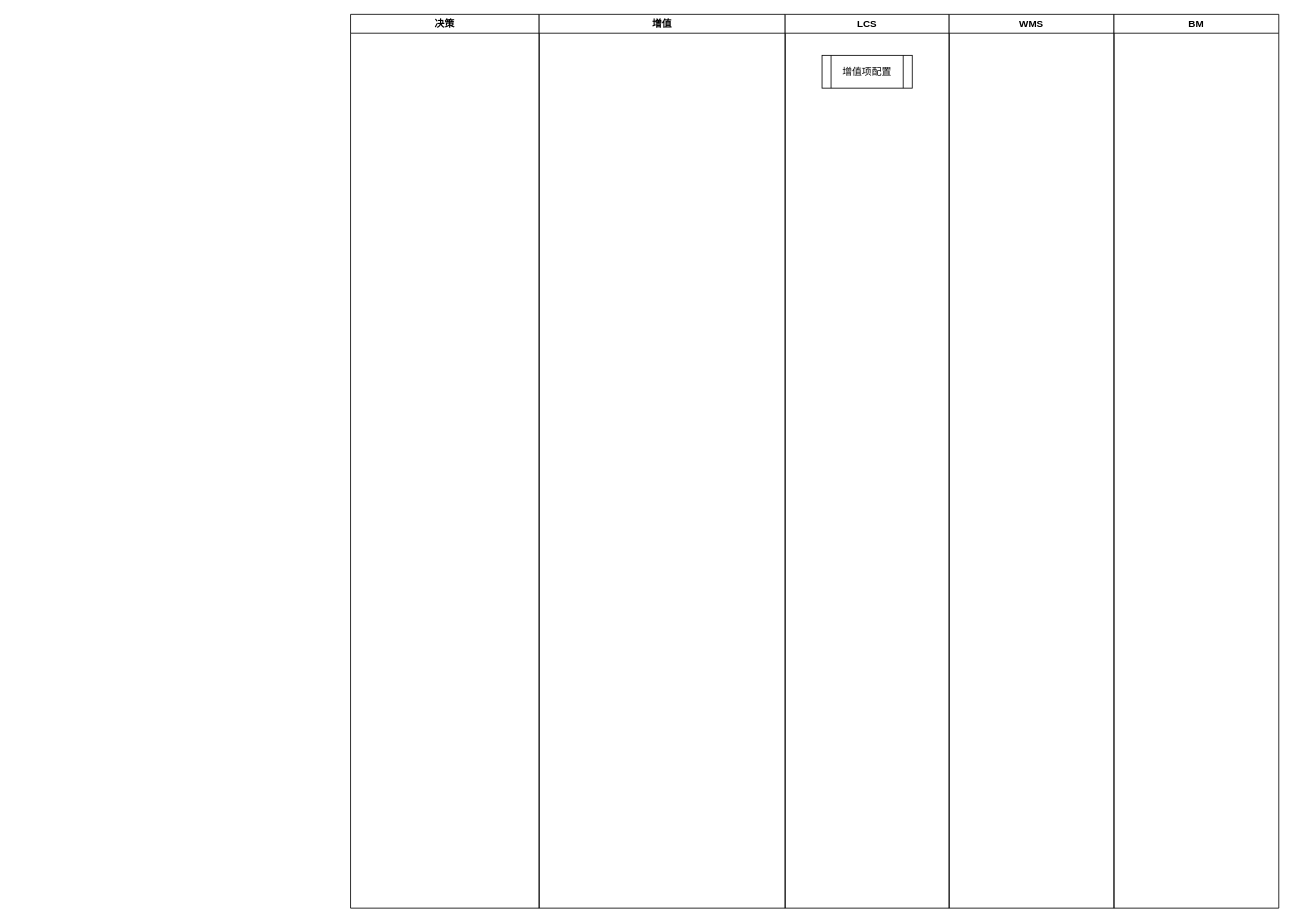
This is page "增值费用线上化" (8 of 14) of 理货.drawio from vvhard/draw_io, a draw.io file, before an edit. Source tidied: cells renumbered, new cells numbered last; positions are measured from the earlier drawing's top-left corner, leaving out a move shared by most shapes. Both pictures are drawn from the tidied source at 82%, with x=0, y=0 at pixel (350, 14).
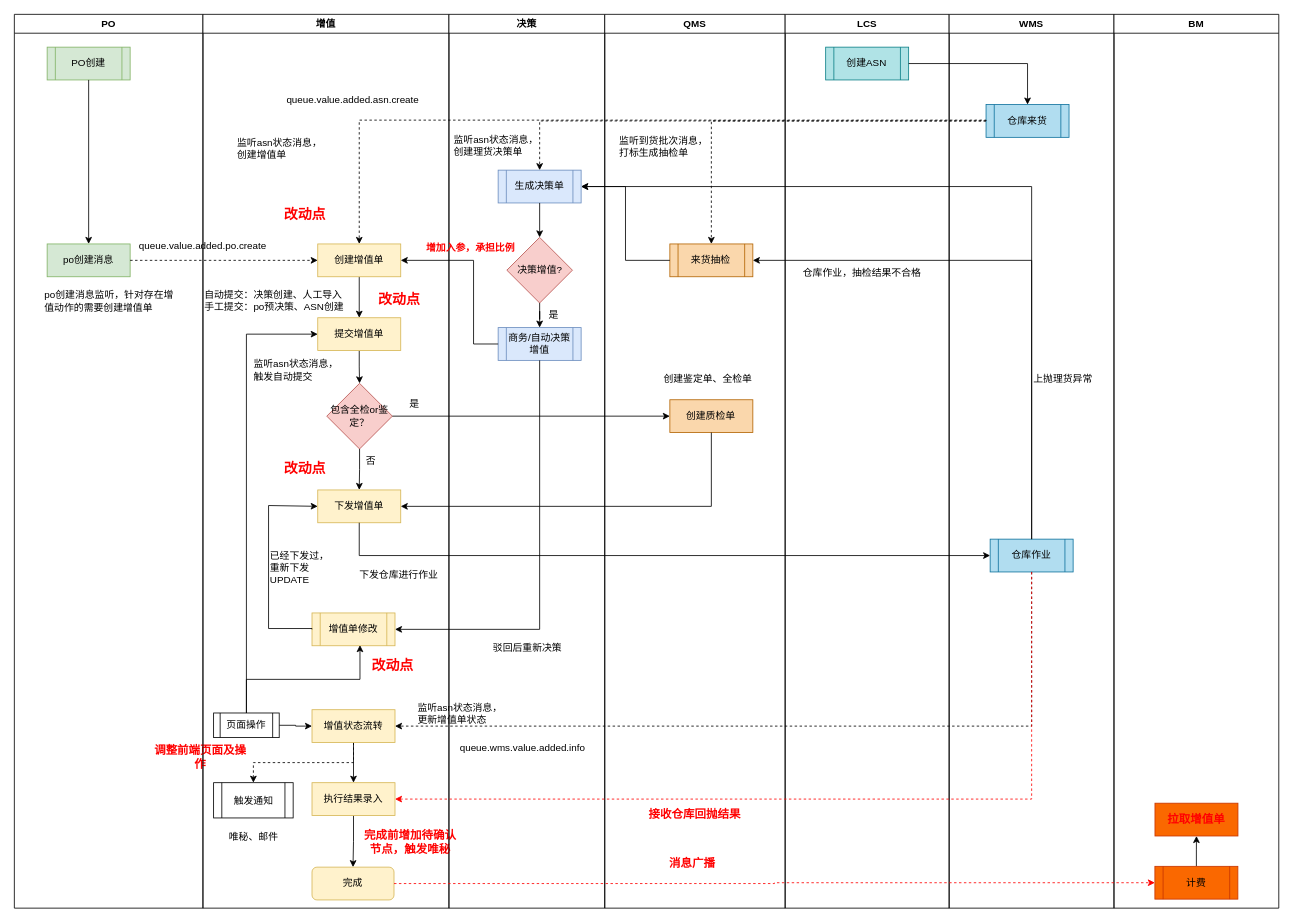
The same page after the edit.

The change refers to these unchanged cells:
```xml
<mxCell id="4" value="LCS" style="swimlane;whiteSpace=wrap;html=1;startSize=23;" parent="1" vertex="1">
  <mxGeometry x="530" width="200" height="1090" as="geometry" />
</mxCell>
<mxCell id="6" value="WMS" style="swimlane;whiteSpace=wrap;html=1;startSize=23;" parent="1" vertex="1">
  <mxGeometry x="730" width="201" height="1090" as="geometry" />
</mxCell>
<mxCell id="7" value="BM" style="swimlane;whiteSpace=wrap;html=1;startSize=23;" parent="1" vertex="1">
  <mxGeometry x="931" width="201" height="1090" as="geometry" />
</mxCell>
```

The edit, as a diff of the source:
```diff
@@
+    <mxCell id="8" value="PO" style="swimlane;whiteSpace=wrap;html=1;" parent="1" vertex="1">
+      <mxGeometry x="-410" width="230" height="1090" as="geometry" />
+    </mxCell>
+    <mxCell id="9" value="PO创建" style="shape=process;whiteSpace=wrap;html=1;backgroundOutline=1;fillColor=#d5e8d4;strokeColor=#82b366;" parent="8" vertex="1">
+      <mxGeometry x="40" y="40" width="101.2" height="40" as="geometry" />
+    </mxCell>
+    <mxCell id="10" value="po创建消息监听，针对存在增值动作的需要创建增值单" style="text;html=1;align=left;verticalAlign=middle;whiteSpace=wrap;rounded=0;" parent="8" vertex="1">
+      <mxGeometry x="35" y="330" width="160" height="40" as="geometry" />
+    </mxCell>
+    <mxCell id="11" value="queue.value.added.po.create" style="text;html=1;align=center;verticalAlign=middle;whiteSpace=wrap;rounded=0;" parent="8" vertex="1">
+      <mxGeometry x="150.2" y="268" width="160" height="30" as="geometry" />
+    </mxCell>
+    <mxCell id="12" value="po创建消息" style="rounded=0;whiteSpace=wrap;html=1;fillColor=#d5e8d4;strokeColor=#82b366;" parent="8" vertex="1">
+      <mxGeometry x="40" y="280" width="101.2" height="40" as="geometry" />
+    </mxCell>
+    <mxCell id="13" style="edgeStyle=orthogonalEdgeStyle;rounded=0;jettySize=auto;html=1;" parent="8" edge="1" source="9" target="12">
+      <mxGeometry relative="1" as="geometry" />
+    </mxCell>
+    <mxCell id="14" value="&lt;font style=&quot;color: rgb(255, 0, 0); font-size: 14px;&quot;&gt;&lt;b style=&quot;&quot;&gt;调整前端页面及操作&lt;/b&gt;&lt;/font&gt;" style="text;html=1;align=center;verticalAlign=middle;whiteSpace=wrap;rounded=0;" parent="8" vertex="1">
+      <mxGeometry x="170" y="890" width="114" height="30" as="geometry" />
+    </mxCell>
+    <mxCell id="3" value="增值" style="swimlane;whiteSpace=wrap;html=1;" parent="1" vertex="1">
+      <mxGeometry x="-180" width="300" height="1090" as="geometry" />
+    </mxCell>
+    <mxCell id="15" style="edgeStyle=orthogonalEdgeStyle;rounded=0;jettySize=auto;html=1;entryX=0.5;entryY=0;entryDx=0;entryDy=0;" parent="3" edge="1" source="17" target="19">
+      <mxGeometry relative="1" as="geometry" />
+    </mxCell>
+    <mxCell id="16" style="edgeStyle=orthogonalEdgeStyle;rounded=0;jettySize=auto;html=1;exitX=0.5;exitY=1;exitDx=0;exitDy=0;entryX=0.5;entryY=0;entryDx=0;entryDy=0;dashed=1;" parent="3" edge="1" source="17" target="31">
+      <mxGeometry relative="1" as="geometry" />
+    </mxCell>
+    <mxCell id="17" value="增值状态流转" style="rounded=0;whiteSpace=wrap;html=1;fillColor=#fff2cc;strokeColor=#d6b656;" parent="3" vertex="1">
+      <mxGeometry x="133" y="848" width="101.2" height="40" as="geometry" />
+    </mxCell>
+    <mxCell id="18" style="edgeStyle=orthogonalEdgeStyle;rounded=0;jettySize=auto;html=1;" parent="3" edge="1" source="19" target="20">
+      <mxGeometry relative="1" as="geometry" />
+    </mxCell>
+    <mxCell id="19" value="执行结果录入" style="rounded=0;whiteSpace=wrap;html=1;fillColor=#fff2cc;strokeColor=#d6b656;" parent="3" vertex="1">
+      <mxGeometry x="133" y="937" width="101.2" height="40" as="geometry" />
+    </mxCell>
+    <mxCell id="20" value="完成" style="rounded=1;whiteSpace=wrap;html=1;fillColor=#fff2cc;strokeColor=#d6b656;" parent="3" vertex="1">
+      <mxGeometry x="133" y="1040" width="100" height="40" as="geometry" />
+    </mxCell>
+    <mxCell id="21" value="自动提交：决策创建、人工导入&lt;div&gt;手工提交：po预决策、ASN创建&lt;/div&gt;" style="text;html=1;align=left;verticalAlign=middle;whiteSpace=wrap;rounded=0;" parent="3" vertex="1">
+      <mxGeometry y="334" width="180" height="30" as="geometry" />
+    </mxCell>
+    <mxCell id="22" value="监听asn状态消息，&lt;div&gt;创建增值单&lt;/div&gt;" style="text;html=1;align=left;verticalAlign=middle;whiteSpace=wrap;rounded=0;" parent="3" vertex="1">
+      <mxGeometry x="40" y="149" width="108" height="30" as="geometry" />
+    </mxCell>
+    <mxCell id="23" value="是" style="text;html=1;align=left;verticalAlign=middle;whiteSpace=wrap;rounded=0;" parent="3" vertex="1">
+      <mxGeometry x="250" y="460" width="25" height="30" as="geometry" />
+    </mxCell>
+    <mxCell id="24" value="否" style="text;html=1;align=left;verticalAlign=middle;whiteSpace=wrap;rounded=0;" parent="3" vertex="1">
+      <mxGeometry x="197" y="530" width="25" height="30" as="geometry" />
+    </mxCell>
+    <mxCell id="25" value="增值单修改" style="shape=process;whiteSpace=wrap;html=1;backgroundOutline=1;fillColor=#fff2cc;strokeColor=#d6b656;" parent="3" vertex="1">
+      <mxGeometry x="133" y="730" width="101.2" height="40" as="geometry" />
+    </mxCell>
+    <mxCell id="26" style="edgeStyle=orthogonalEdgeStyle;rounded=0;jettySize=auto;html=1;" parent="3" edge="1" source="27" target="17">
+      <mxGeometry relative="1" as="geometry" />
+    </mxCell>
+    <mxCell id="27" value="页面操作" style="shape=process;whiteSpace=wrap;html=1;backgroundOutline=1;" parent="3" vertex="1">
+      <mxGeometry x="13" y="852" width="80" height="30" as="geometry" />
+    </mxCell>
+    <mxCell id="28" style="edgeStyle=orthogonalEdgeStyle;rounded=0;jettySize=auto;html=1;entryX=0.578;entryY=0.981;entryDx=0;entryDy=0;entryPerimeter=0;exitX=0.5;exitY=0;exitDx=0;exitDy=0;" parent="3" edge="1" source="27" target="25">
+      <mxGeometry relative="1" as="geometry" />
+    </mxCell>
+    <mxCell id="29" value="下发仓库进行作业" style="text;html=1;align=center;verticalAlign=middle;whiteSpace=wrap;rounded=0;" parent="3" vertex="1">
+      <mxGeometry x="184" y="669" width="110" height="30" as="geometry" />
+    </mxCell>
+    <mxCell id="30" value="已经下发过，重新下发UPDATE" style="text;html=1;align=left;verticalAlign=middle;whiteSpace=wrap;rounded=0;" parent="3" vertex="1">
+      <mxGeometry x="80" y="649" width="80" height="51" as="geometry" />
+    </mxCell>
+    <mxCell id="31" value="触发通知" style="shape=process;whiteSpace=wrap;html=1;backgroundOutline=1;" parent="3" vertex="1">
+      <mxGeometry x="13" y="937" width="97" height="43" as="geometry" />
+    </mxCell>
+    <mxCell id="32" value="queue.value.added.asn.create" style="text;html=1;align=center;verticalAlign=middle;whiteSpace=wrap;rounded=0;" parent="3" vertex="1">
+      <mxGeometry x="93" y="89" width="180" height="30" as="geometry" />
+    </mxCell>
+    <mxCell id="33" value="唯秘、邮件" style="text;html=1;align=center;verticalAlign=middle;whiteSpace=wrap;rounded=0;" parent="3" vertex="1">
+      <mxGeometry x="21.5" y="988" width="80" height="30" as="geometry" />
+    </mxCell>
+    <mxCell id="34" value="监听asn状态消息，&lt;div&gt;触发自动提交&lt;/div&gt;" style="text;html=1;align=left;verticalAlign=middle;whiteSpace=wrap;rounded=0;" parent="3" vertex="1">
+      <mxGeometry x="60" y="419" width="109" height="30" as="geometry" />
+    </mxCell>
+    <mxCell id="35" value="监听asn状态消息，&lt;div&gt;更新增值单状态&lt;/div&gt;" style="text;html=1;align=left;verticalAlign=middle;whiteSpace=wrap;rounded=0;" parent="3" vertex="1">
+      <mxGeometry x="260" y="838" width="138" height="30" as="geometry" />
+    </mxCell>
+    <mxCell id="36" value="&lt;font style=&quot;color: rgb(255, 0, 0); font-size: 17px;&quot;&gt;&lt;b style=&quot;&quot;&gt;改动点&lt;/b&gt;&lt;/font&gt;" style="text;html=1;align=center;verticalAlign=middle;whiteSpace=wrap;rounded=0;" parent="3" vertex="1">
+      <mxGeometry x="93" y="230" width="63" height="30" as="geometry" />
+    </mxCell>
+    <mxCell id="37" value="&lt;font style=&quot;color: rgb(255, 0, 0); font-size: 14px;&quot;&gt;&lt;b style=&quot;&quot;&gt;完成前增加待确认节点，触发唯秘&lt;/b&gt;&lt;/font&gt;" style="text;html=1;align=center;verticalAlign=middle;whiteSpace=wrap;rounded=0;" parent="3" vertex="1">
+      <mxGeometry x="196" y="994" width="114" height="30" as="geometry" />
+    </mxCell>
+    <mxCell id="38" value="&lt;font style=&quot;color: rgb(255, 0, 0); font-size: 17px;&quot;&gt;&lt;b style=&quot;&quot;&gt;改动点&lt;/b&gt;&lt;/font&gt;" style="text;html=1;align=center;verticalAlign=middle;whiteSpace=wrap;rounded=0;" parent="3" vertex="1">
+      <mxGeometry x="200" y="780" width="63" height="30" as="geometry" />
+    </mxCell>
+    <mxCell id="39" value="&lt;font style=&quot;color: rgb(255, 0, 0); font-size: 17px;&quot;&gt;&lt;b style=&quot;&quot;&gt;改动点&lt;/b&gt;&lt;/font&gt;" style="text;html=1;align=center;verticalAlign=middle;whiteSpace=wrap;rounded=0;" parent="3" vertex="1">
+      <mxGeometry x="207.5" y="334" width="63" height="30" as="geometry" />
+    </mxCell>
+    <mxCell id="40" value="&lt;font style=&quot;color: rgb(255, 0, 0); font-size: 17px;&quot;&gt;&lt;b style=&quot;&quot;&gt;改动点&lt;/b&gt;&lt;/font&gt;" style="text;html=1;align=center;verticalAlign=middle;whiteSpace=wrap;rounded=0;" parent="3" vertex="1">
+      <mxGeometry x="93" y="540" width="63" height="30" as="geometry" />
+    </mxCell>
     <mxCell id="2" value="决策" style="swimlane;whiteSpace=wrap;html=1;" parent="1" vertex="1">
-      <mxGeometry width="230" height="1090" as="geometry" />
+      <mxGeometry x="120" width="190" height="1090" as="geometry" />
     </mxCell>
-    <mxCell id="3" value="增值" style="swimlane;whiteSpace=wrap;html=1;" parent="1" vertex="1">
-      <mxGeometry x="230" width="300" height="1090" as="geometry" />
-    </mxCell>
+    <mxCell id="41" value="生成决策单" style="shape=process;whiteSpace=wrap;html=1;backgroundOutline=1;fillColor=#dae8fc;strokeColor=#6c8ebf;" parent="2" vertex="1">
+      <mxGeometry x="60" y="190" width="101.2" height="40" as="geometry" />
+    </mxCell>
+    <mxCell id="42" style="edgeStyle=orthogonalEdgeStyle;rounded=0;jettySize=auto;html=1;" parent="2" edge="1" source="43" target="45">
+      <mxGeometry relative="1" as="geometry" />
+    </mxCell>
+    <mxCell id="43" value="创建增值单" style="rounded=0;whiteSpace=wrap;html=1;fillColor=#fff2cc;strokeColor=#d6b656;" parent="2" vertex="1">
+      <mxGeometry x="-160" y="280" width="101.2" height="40" as="geometry" />
+    </mxCell>
+    <mxCell id="44" style="edgeStyle=orthogonalEdgeStyle;rounded=0;jettySize=auto;html=1;" parent="2" edge="1" source="45" target="47">
+      <mxGeometry relative="1" as="geometry" />
+    </mxCell>
+    <mxCell id="45" value="提交增值单" style="rounded=0;whiteSpace=wrap;html=1;fillColor=#fff2cc;strokeColor=#d6b656;" parent="2" vertex="1">
+      <mxGeometry x="-160" y="370" width="101.2" height="40" as="geometry" />
+    </mxCell>
+    <mxCell id="46" style="edgeStyle=orthogonalEdgeStyle;rounded=0;jettySize=auto;html=1;" parent="2" edge="1" source="47" target="48">
+      <mxGeometry relative="1" as="geometry" />
+    </mxCell>
+    <mxCell id="47" value="包含全检or鉴定？" style="rhombus;whiteSpace=wrap;html=1;fillColor=#f8cecc;strokeColor=#b85450;" parent="2" vertex="1">
+      <mxGeometry x="-149" y="450" width="80" height="80" as="geometry" />
+    </mxCell>
+    <mxCell id="48" value="下发增值单" style="rounded=0;whiteSpace=wrap;html=1;fillColor=#fff2cc;strokeColor=#d6b656;" parent="2" vertex="1">
+      <mxGeometry x="-160" y="580" width="101.2" height="40" as="geometry" />
+    </mxCell>
+    <mxCell id="49" value="商务/自动决策增值" style="shape=process;whiteSpace=wrap;html=1;backgroundOutline=1;fillColor=#dae8fc;strokeColor=#6c8ebf;" parent="2" vertex="1">
+      <mxGeometry x="60" y="382" width="101.2" height="40" as="geometry" />
+    </mxCell>
+    <mxCell id="50" value="创建质检单" style="rounded=0;whiteSpace=wrap;html=1;fillColor=#fad7ac;strokeColor=#b46504;" parent="2" vertex="1">
+      <mxGeometry x="269.4" y="470" width="101.2" height="40" as="geometry" />
+    </mxCell>
+    <mxCell id="51" style="edgeStyle=orthogonalEdgeStyle;rounded=0;jettySize=auto;html=1;" parent="2" edge="1" source="47" target="50">
+      <mxGeometry relative="1" as="geometry" />
+    </mxCell>
+    <mxCell id="52" style="edgeStyle=orthogonalEdgeStyle;rounded=0;jettySize=auto;html=1;entryX=1;entryY=0.5;entryDx=0;entryDy=0;exitX=0.5;exitY=1;exitDx=0;exitDy=0;" parent="2" edge="1" source="50" target="48">
+      <mxGeometry relative="1" as="geometry" />
+    </mxCell>
+    <mxCell id="53" style="edgeStyle=orthogonalEdgeStyle;rounded=0;jettySize=auto;html=1;entryX=1;entryY=0.5;entryDx=0;entryDy=0;exitX=0;exitY=0.5;exitDx=0;exitDy=0;" parent="2" edge="1" source="49" target="43">
+      <mxGeometry relative="1" as="geometry">
+        <Array as="points">
+          <mxPoint x="30" y="402" />
+          <mxPoint x="30" y="300" />
+        </Array>
+      </mxGeometry>
+    </mxCell>
+    <mxCell id="54" value="监听asn状态消息，创建理货决策单" style="text;html=1;align=left;verticalAlign=middle;whiteSpace=wrap;rounded=0;" parent="2" vertex="1">
+      <mxGeometry x="4" y="145" width="110" height="30" as="geometry" />
+    </mxCell>
+    <mxCell id="55" value="是" style="text;html=1;align=left;verticalAlign=middle;whiteSpace=wrap;rounded=0;" parent="2" vertex="1">
+      <mxGeometry x="120" y="352" width="25" height="30" as="geometry" />
+    </mxCell>
+    <mxCell id="56" value="queue.wms.value.added.info" style="text;html=1;align=center;verticalAlign=middle;whiteSpace=wrap;rounded=0;" parent="2" vertex="1">
+      <mxGeometry y="880" width="180" height="30" as="geometry" />
+    </mxCell>
+    <mxCell id="57" value="驳回后重新决策" style="text;html=1;align=left;verticalAlign=middle;whiteSpace=wrap;rounded=0;" parent="2" vertex="1">
+      <mxGeometry x="52" y="758" width="98" height="30" as="geometry" />
+    </mxCell>
+    <mxCell id="58" value="&lt;font style=&quot;color: rgb(255, 0, 0);&quot;&gt;&lt;b style=&quot;&quot;&gt;增加入参，承担比例&lt;/b&gt;&lt;/font&gt;" style="text;html=1;align=center;verticalAlign=middle;whiteSpace=wrap;rounded=0;" parent="2" vertex="1">
+      <mxGeometry x="-30" y="270" width="113" height="30" as="geometry" />
+    </mxCell>
+    <mxCell id="59" value="QMS" style="swimlane;whiteSpace=wrap;html=1;" parent="1" vertex="1">
+      <mxGeometry x="310" width="220" height="1090" as="geometry" />
+    </mxCell>
+    <mxCell id="60" value="来货抽检" style="shape=process;whiteSpace=wrap;html=1;backgroundOutline=1;fillColor=#fad7ac;strokeColor=#b46504;" parent="59" vertex="1">
+      <mxGeometry x="79.4" y="280" width="101.2" height="40" as="geometry" />
+    </mxCell>
+    <mxCell id="61" value="创建鉴定单、全检单" style="text;html=1;align=center;verticalAlign=middle;whiteSpace=wrap;rounded=0;" parent="59" vertex="1">
+      <mxGeometry x="70.6" y="430" width="110" height="30" as="geometry" />
+    </mxCell>
+    <mxCell id="62" value="监听到货批次消息，打标生成抽检单" style="text;html=1;align=left;verticalAlign=middle;whiteSpace=wrap;rounded=0;" parent="59" vertex="1">
+      <mxGeometry x="16" y="146" width="110" height="30" as="geometry" />
+    </mxCell>
+    <mxCell id="63" value="&lt;font style=&quot;color: rgb(255, 0, 0); font-size: 14px;&quot;&gt;&lt;b style=&quot;&quot;&gt;接收仓库回抛结果&lt;/b&gt;&lt;/font&gt;" style="text;html=1;align=center;verticalAlign=middle;whiteSpace=wrap;rounded=0;" parent="59" vertex="1">
+      <mxGeometry x="50" y="960" width="120" height="30" as="geometry" />
+    </mxCell>
+    <mxCell id="64" value="&lt;font color=&quot;#ff0000&quot;&gt;&lt;span style=&quot;font-size: 14px;&quot;&gt;&lt;b&gt;消息广播&lt;/b&gt;&lt;/span&gt;&lt;/font&gt;" style="text;html=1;align=center;verticalAlign=middle;whiteSpace=wrap;rounded=0;" parent="59" vertex="1">
+      <mxGeometry x="50" y="1020" width="114" height="30" as="geometry" />
+    </mxCell>
@@
-    <mxCell id="5" value="增值项配置" style="shape=process;whiteSpace=wrap;html=1;backgroundOutline=1;" parent="4" vertex="1">
-      <mxGeometry x="45" y="50" width="110" height="40" as="geometry" />
-    </mxCell>
+    <mxCell id="65" value="创建ASN" style="shape=process;whiteSpace=wrap;html=1;backgroundOutline=1;fillColor=#b0e3e6;strokeColor=#0e8088;" parent="4" vertex="1">
+      <mxGeometry x="49.4" y="40" width="101.2" height="40" as="geometry" />
+    </mxCell>
+    <mxCell id="66" value="仓库作业，抽检结果不合格" style="text;html=1;align=left;verticalAlign=middle;whiteSpace=wrap;rounded=0;" parent="4" vertex="1">
+      <mxGeometry x="20" y="300" width="148.8" height="30" as="geometry" />
+    </mxCell>
@@
+    <mxCell id="67" value="仓库来货" style="shape=process;whiteSpace=wrap;html=1;backgroundOutline=1;fillColor=#b1ddf0;strokeColor=#10739e;" parent="6" vertex="1">
+      <mxGeometry x="45" y="110" width="101.2" height="40" as="geometry" />
+    </mxCell>
+    <mxCell id="68" value="上抛理货异常" style="text;html=1;align=left;verticalAlign=middle;whiteSpace=wrap;rounded=0;" parent="6" vertex="1">
+      <mxGeometry x="101" y="430" width="79" height="30" as="geometry" />
+    </mxCell>
+    <mxCell id="69" value="仓库作业" style="shape=process;whiteSpace=wrap;html=1;backgroundOutline=1;fillColor=#b1ddf0;strokeColor=#10739e;" parent="6" vertex="1">
+      <mxGeometry x="50" y="640" width="101.2" height="40" as="geometry" />
+    </mxCell>
+    <mxCell id="70" style="edgeStyle=orthogonalEdgeStyle;rounded=0;jettySize=auto;html=1;entryX=0.5;entryY=0;entryDx=0;entryDy=0;exitX=0;exitY=0.5;exitDx=0;exitDy=0;dashed=1;" parent="1" edge="1" source="67" target="43">
+      <mxGeometry relative="1" as="geometry">
+        <Array as="points">
+          <mxPoint x="11" y="129" />
+        </Array>
+      </mxGeometry>
+    </mxCell>
+    <mxCell id="71" style="edgeStyle=orthogonalEdgeStyle;rounded=0;jettySize=auto;html=1;entryX=0.5;entryY=0;entryDx=0;entryDy=0;dashed=1;" parent="1" edge="1" source="67" target="41">
+      <mxGeometry relative="1" as="geometry" />
+    </mxCell>
+    <mxCell id="72" style="edgeStyle=orthogonalEdgeStyle;rounded=0;jettySize=auto;html=1;entryX=0.5;entryY=0;entryDx=0;entryDy=0;" parent="1" edge="1" source="65" target="67">
+      <mxGeometry relative="1" as="geometry" />
+    </mxCell>
+    <mxCell id="73" style="edgeStyle=orthogonalEdgeStyle;rounded=0;jettySize=auto;html=1;entryX=1;entryY=0.5;entryDx=0;entryDy=0;exitX=0.5;exitY=1;exitDx=0;exitDy=0;dashed=1;" parent="1" edge="1" source="69" target="17">
+      <mxGeometry relative="1" as="geometry" />
+    </mxCell>
+    <mxCell id="74" style="edgeStyle=orthogonalEdgeStyle;rounded=0;jettySize=auto;html=1;dashed=1;" parent="1" edge="1" source="67" target="60">
+      <mxGeometry relative="1" as="geometry" />
+    </mxCell>
+    <mxCell id="75" style="edgeStyle=orthogonalEdgeStyle;rounded=0;jettySize=auto;html=1;dashed=1;" parent="1" edge="1" source="12" target="43">
+      <mxGeometry relative="1" as="geometry" />
+    </mxCell>
+    <mxCell id="76" style="edgeStyle=orthogonalEdgeStyle;rounded=0;jettySize=auto;html=1;" parent="1" edge="1" source="77" target="49">
+      <mxGeometry relative="1" as="geometry" />
+    </mxCell>
+    <mxCell id="77" value="决策增值?" style="rhombus;whiteSpace=wrap;html=1;fillColor=#f8cecc;strokeColor=#b85450;" parent="1" vertex="1">
+      <mxGeometry x="190.6" y="272" width="80" height="80" as="geometry" />
+    </mxCell>
+    <mxCell id="78" style="edgeStyle=orthogonalEdgeStyle;rounded=0;jettySize=auto;html=1;" parent="1" edge="1" source="41" target="77">
+      <mxGeometry relative="1" as="geometry" />
+    </mxCell>
+    <mxCell id="79" style="edgeStyle=orthogonalEdgeStyle;rounded=0;jettySize=auto;html=1;entryX=0;entryY=0.5;entryDx=0;entryDy=0;exitX=0;exitY=0.5;exitDx=0;exitDy=0;" parent="1" edge="1" source="25" target="48">
+      <mxGeometry relative="1" as="geometry">
+        <Array as="points">
+          <mxPoint x="-100" y="749" />
+          <mxPoint x="-100" y="599" />
+        </Array>
+      </mxGeometry>
+    </mxCell>
+    <mxCell id="80" style="edgeStyle=orthogonalEdgeStyle;rounded=0;jettySize=auto;html=1;entryX=1;entryY=0.5;entryDx=0;entryDy=0;" parent="1" edge="1" source="60" target="41">
+      <mxGeometry relative="1" as="geometry" />
+    </mxCell>
+    <mxCell id="81" style="edgeStyle=orthogonalEdgeStyle;rounded=0;jettySize=auto;html=1;entryX=1;entryY=0.5;entryDx=0;entryDy=0;exitX=0.5;exitY=0;exitDx=0;exitDy=0;" parent="1" edge="1" source="69" target="60">
+      <mxGeometry relative="1" as="geometry" />
+    </mxCell>
+    <mxCell id="82" style="edgeStyle=orthogonalEdgeStyle;rounded=0;jettySize=auto;html=1;entryX=1;entryY=0.5;entryDx=0;entryDy=0;exitX=0.5;exitY=0;exitDx=0;exitDy=0;" parent="1" edge="1" source="69" target="41">
+      <mxGeometry relative="1" as="geometry" />
+    </mxCell>
+    <mxCell id="83" style="edgeStyle=orthogonalEdgeStyle;rounded=0;jettySize=auto;html=1;entryX=0;entryY=0.5;entryDx=0;entryDy=0;exitX=0.5;exitY=1;exitDx=0;exitDy=0;" parent="1" edge="1" source="48" target="69">
+      <mxGeometry relative="1" as="geometry" />
+    </mxCell>
+    <mxCell id="84" style="edgeStyle=orthogonalEdgeStyle;rounded=0;jettySize=auto;html=1;entryX=0;entryY=0.5;entryDx=0;entryDy=0;exitX=0.5;exitY=0;exitDx=0;exitDy=0;" parent="1" edge="1" source="27" target="45">
+      <mxGeometry relative="1" as="geometry" />
+    </mxCell>
+    <mxCell id="85" style="edgeStyle=orthogonalEdgeStyle;rounded=0;jettySize=auto;html=1;entryX=1;entryY=0.5;entryDx=0;entryDy=0;exitX=0.5;exitY=1;exitDx=0;exitDy=0;" parent="1" edge="1" source="49" target="25">
+      <mxGeometry relative="1" as="geometry" />
+    </mxCell>
+    <mxCell id="86" style="edgeStyle=orthogonalEdgeStyle;rounded=0;jettySize=auto;html=1;entryX=1;entryY=0.5;entryDx=0;entryDy=0;exitX=0.5;exitY=1;exitDx=0;exitDy=0;dashed=1;strokeColor=#FF0000;" parent="1" edge="1" source="69" target="19">
+      <mxGeometry relative="1" as="geometry" />
+    </mxCell>
@@
+    <mxCell id="87" style="edgeStyle=orthogonalEdgeStyle;rounded=0;jettySize=auto;html=1;" parent="7" edge="1" source="88" target="89">
+      <mxGeometry relative="1" as="geometry" />
+    </mxCell>
+    <mxCell id="88" value="计费" style="shape=process;whiteSpace=wrap;html=1;backgroundOutline=1;fillColor=#fa6800;strokeColor=#C73500;fontColor=#000000;" parent="7" vertex="1">
+      <mxGeometry x="49.9" y="1039" width="101.2" height="40" as="geometry" />
+    </mxCell>
+    <mxCell id="89" value="&lt;b style=&quot;color: rgb(255, 0, 0); font-size: 14px;&quot;&gt;拉取增值单&lt;/b&gt;" style="rounded=0;whiteSpace=wrap;html=1;fillColor=#fa6800;strokeColor=#C73500;fontColor=#000000;" parent="7" vertex="1">
+      <mxGeometry x="50" y="962" width="101.2" height="40" as="geometry" />
+    </mxCell>
+    <mxCell id="90" style="edgeStyle=orthogonalEdgeStyle;rounded=0;jettySize=auto;html=1;entryX=0;entryY=0.5;entryDx=0;entryDy=0;dashed=1;strokeColor=#FF0000;" parent="1" edge="1" source="20" target="88">
+      <mxGeometry relative="1" as="geometry" />
+    </mxCell>
```
